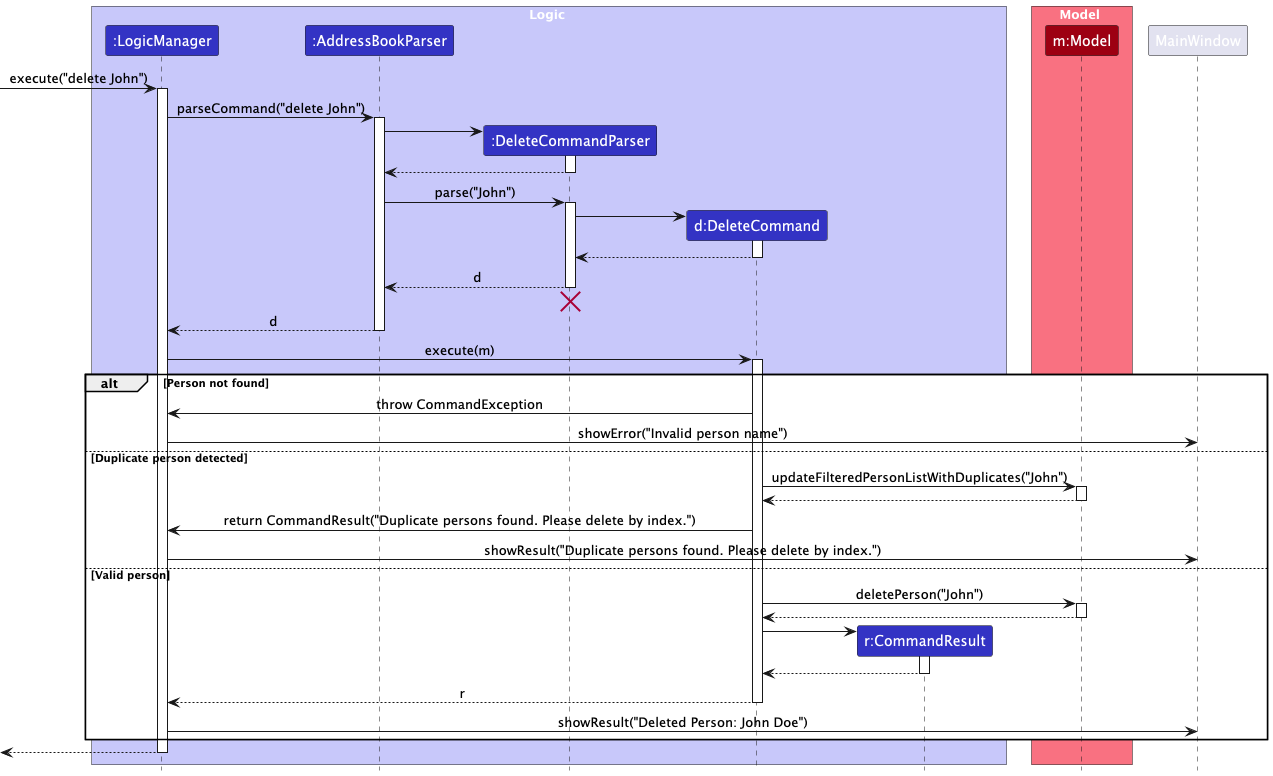
Before: docs/images/DeleteSequenceDiagram.png, a diagram exported from PlantUML (nus-cs2103-AY2425S1/tp). The source it was exported from:
```plantuml
@startuml
!include style.puml
skinparam ArrowFontStyle plain

box Logic LOGIC_COLOR_T1
participant ":LogicManager" as LogicManager LOGIC_COLOR
participant ":AddressBookParser" as AddressBookParser LOGIC_COLOR
participant ":DeleteCommandParser" as DeleteCommandParser LOGIC_COLOR
participant "d:DeleteCommand" as DeleteCommand LOGIC_COLOR
participant "r:CommandResult" as CommandResult LOGIC_COLOR
end box

box Model MODEL_COLOR_T1
participant "m:Model" as Model MODEL_COLOR
end box

[-> LogicManager : execute("delete John")
activate LogicManager

LogicManager -> AddressBookParser : parseCommand("delete John")
activate AddressBookParser

create DeleteCommandParser
AddressBookParser -> DeleteCommandParser
activate DeleteCommandParser

DeleteCommandParser --> AddressBookParser
deactivate DeleteCommandParser

AddressBookParser -> DeleteCommandParser : parse("John")
activate DeleteCommandParser

create DeleteCommand
DeleteCommandParser -> DeleteCommand
activate DeleteCommand

DeleteCommand --> DeleteCommandParser :
deactivate DeleteCommand

DeleteCommandParser --> AddressBookParser : d
deactivate DeleteCommandParser
DeleteCommandParser -[hidden]-> AddressBookParser
destroy DeleteCommandParser

AddressBookParser --> LogicManager : d
deactivate AddressBookParser

LogicManager -> DeleteCommand : execute(m)
activate DeleteCommand

alt Person not found
    DeleteCommand -> LogicManager : throw CommandException
    LogicManager -> MainWindow : showError("Invalid person name")
else Duplicate person detected
    DeleteCommand -> Model : updateFilteredPersonListWithDuplicates("John")
        activate Model

        Model --> DeleteCommand
        deactivate Model

        DeleteCommand -> LogicManager : return CommandResult("Duplicate persons found. Please delete by index.")
        LogicManager -> MainWindow : showResult("Duplicate persons found. Please delete by index.")
else Valid person
    DeleteCommand -> Model : deletePerson("John")
    activate Model

    Model --> DeleteCommand
    deactivate Model

    create CommandResult
    DeleteCommand -> CommandResult
    activate CommandResult

    CommandResult --> DeleteCommand
    deactivate CommandResult

    DeleteCommand --> LogicManager : r
    deactivate DeleteCommand



    LogicManager -> MainWindow : showResult("Deleted Person: John Doe")
end

[<--LogicManager
deactivate LogicManager
@enduml
```
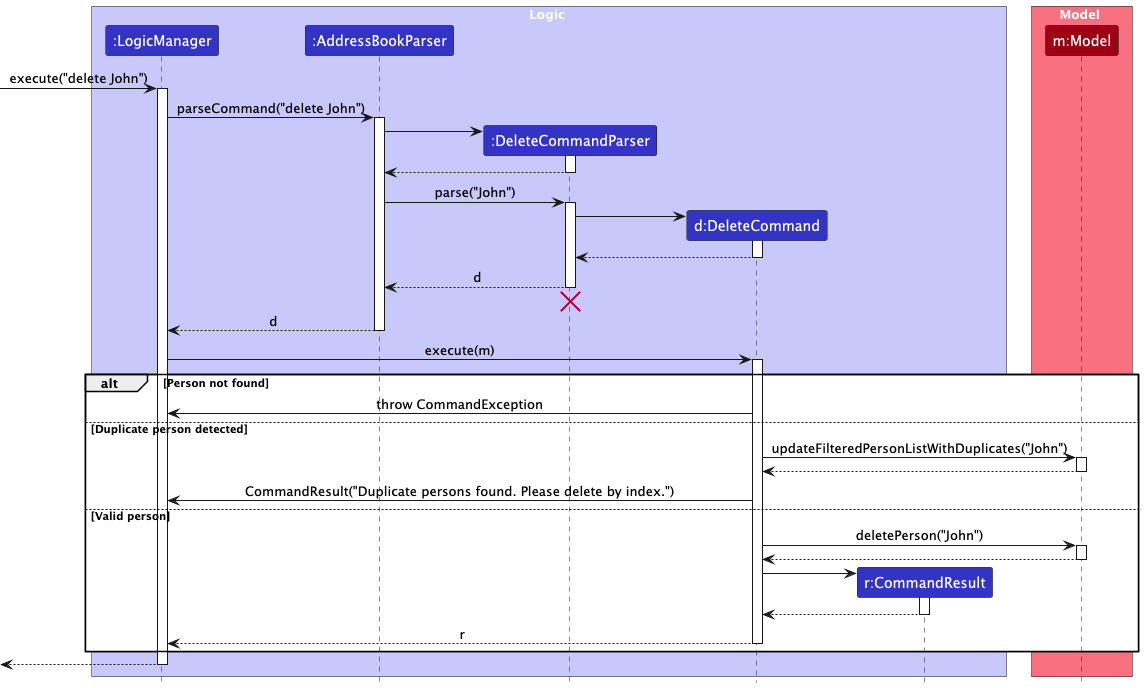
After the change.

Commit message:
Update UML diagram

What changed in the source:
```diff
@@ -34,7 +34,7 @@
 DeleteCommandParser -> DeleteCommand
 activate DeleteCommand
 
-DeleteCommand --> DeleteCommandParser :
+DeleteCommand --> DeleteCommandParser
 deactivate DeleteCommand
 
 DeleteCommandParser --> AddressBookParser : d
@@ -50,7 +50,6 @@
 
 alt Person not found
     DeleteCommand -> LogicManager : throw CommandException
-    LogicManager -> MainWindow : showError("Invalid person name")
 else Duplicate person detected
     DeleteCommand -> Model : updateFilteredPersonListWithDuplicates("John")
         activate Model
@@ -58,8 +57,7 @@
         Model --> DeleteCommand
         deactivate Model
 
-        DeleteCommand -> LogicManager : return CommandResult("Duplicate persons found. Please delete by index.")
-        LogicManager -> MainWindow : showResult("Duplicate persons found. Please delete by index.")
+        DeleteCommand -> LogicManager : CommandResult("Duplicate persons found. Please delete by index.")
 else Valid person
     DeleteCommand -> Model : deletePerson("John")
     activate Model
@@ -76,10 +74,6 @@
 
     DeleteCommand --> LogicManager : r
     deactivate DeleteCommand
-
-
-
-    LogicManager -> MainWindow : showResult("Deleted Person: John Doe")
 end
 
 [<--LogicManager
```
